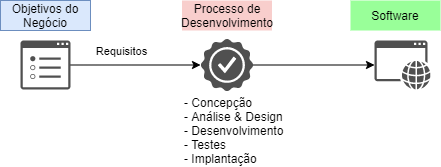
Above: logica-desenvolvimento-software.png in Udinei/gestao-projeto-e-scrum (draw.io), before the change. Source tidied: cells renumbered, new cells last; positions are measured from the earlier drawing's top-left corner, leaving out a move shared by most shapes.
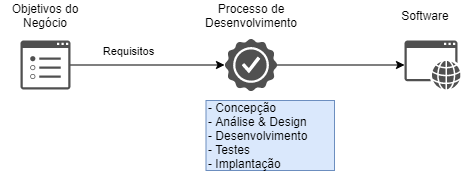
Later version of the same file.

Change to the diagram source:
```diff
@@ -17,25 +17,25 @@
       <mxGeometry relative="1" as="geometry" />
     </mxCell>
     <mxCell id="6" style="shadow=0;dashed=0;html=1;strokeColor=none;fillColor=#505050;labelPosition=center;verticalLabelPosition=bottom;verticalAlign=top;outlineConnect=0;align=center;shape=mxgraph.office.concepts.best_practices;" parent="1" vertex="1">
-      <mxGeometry x="200" y="38" width="53" height="53" as="geometry" />
+      <mxGeometry x="224" y="38" width="53" height="53" as="geometry" />
     </mxCell>
     <mxCell id="7" style="shadow=0;dashed=0;html=1;strokeColor=none;fillColor=#505050;labelPosition=center;verticalLabelPosition=bottom;verticalAlign=top;outlineConnect=0;align=center;shape=mxgraph.office.concepts.application_web;" parent="1" vertex="1">
-      <mxGeometry x="374" y="40" width="56" height="49" as="geometry" />
+      <mxGeometry x="404" y="40" width="56" height="49" as="geometry" />
     </mxCell>
-    <mxCell id="8" value="Objetivos do Negócio" style="text;html=1;strokeColor=#6c8ebf;align=center;verticalAlign=middle;whiteSpace=wrap;rounded=0;fillColor=#dae8fc;" parent="1" vertex="1">
+    <mxCell id="8" value="Objetivos do Negócio" style="text;html=1;align=center;verticalAlign=middle;whiteSpace=wrap;rounded=0;" parent="1" vertex="1">
       <mxGeometry width="90" height="30" as="geometry" />
     </mxCell>
     <mxCell id="9" style="edgeStyle=orthogonalEdgeStyle;rounded=0;orthogonalLoop=1;jettySize=auto;html=1;exitX=0.5;exitY=1;exitDx=0;exitDy=0;" parent="1" edge="1" source="8" target="8">
       <mxGeometry relative="1" as="geometry" />
     </mxCell>
-    <mxCell id="10" value="Processo de&lt;br&gt;Desenvolvimento" style="text;html=1;strokeColor=none;align=center;verticalAlign=middle;whiteSpace=wrap;rounded=0;fillColor=#F8CECC;" parent="1" vertex="1">
-      <mxGeometry x="181.5" width="90" height="30" as="geometry" />
+    <mxCell id="10" value="Processo de&lt;br&gt;Desenvolvimento" style="text;html=1;align=center;verticalAlign=middle;whiteSpace=wrap;rounded=0;" parent="1" vertex="1">
+      <mxGeometry x="205.5" width="90" height="30" as="geometry" />
     </mxCell>
-    <mxCell id="11" value="Software" style="text;html=1;strokeColor=none;align=center;verticalAlign=middle;whiteSpace=wrap;rounded=0;fillColor=#99FF99;" parent="1" vertex="1">
-      <mxGeometry x="350" width="90" height="30" as="geometry" />
+    <mxCell id="11" value="Software" style="text;html=1;strokeColor=none;align=center;verticalAlign=middle;whiteSpace=wrap;rounded=0;fillColor=#FFFFFF;" parent="1" vertex="1">
+      <mxGeometry x="380" width="90" height="30" as="geometry" />
     </mxCell>
-    <mxCell id="12" value="- Concepção&lt;br&gt;- Análise &amp;amp; Design&lt;br&gt;- Desenvolvimento&lt;br&gt;- Testes&lt;br&gt;- Implantação" style="text;html=1;strokeColor=none;fillColor=none;align=left;verticalAlign=middle;whiteSpace=wrap;rounded=0;fontStyle=0;" parent="1" vertex="1">
-      <mxGeometry x="181.5" y="100" width="128.5" height="60" as="geometry" />
+    <mxCell id="12" value="- Concepção&lt;br&gt;- Análise &amp;amp; Design&lt;br&gt;- Desenvolvimento&lt;br&gt;- Testes&lt;br&gt;- Implantação" style="text;html=1;strokeColor=#6c8ebf;fillColor=#dae8fc;align=left;verticalAlign=middle;whiteSpace=wrap;rounded=0;fontStyle=0;" parent="1" vertex="1">
+      <mxGeometry x="205.5" y="100" width="128.5" height="70" as="geometry" />
     </mxCell>
   </root>
 </mxGraphModel>
```
